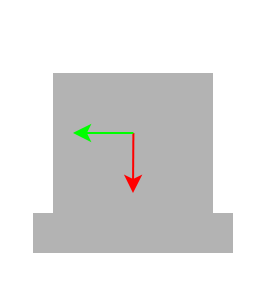
Before: page "ページ2" (2 of 2) of fig.drawio in KeioRoboticsAssociation/catch2024_teamr_gui_app, a draw.io diagram. Source tidied: cells renumbered, new cells numbered last; positions are measured from the earlier drawing's top-left corner, leaving out a move shared by most shapes. Both pictures are drawn from the tidied source at 200%, with x=0, y=0 at pixel (32, 72).
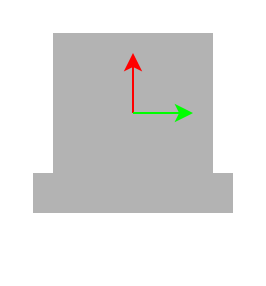
The same page after the edit.

The edit, as a diff of the source:
```diff
@@
 <mxGraphModel>
   <root>
     <mxCell id="0" />
     <mxCell id="1" parent="0" />
+    <mxCell id="6" style="group;rotation=-180;" parent="1" vertex="1">
+      <mxGeometry y="-20" width="100" height="90" as="geometry" />
+    </mxCell>
-    <mxCell id="2" style="rounded=0;whiteSpace=wrap;html=1;fillColor=#B3B3B3;strokeColor=none;fillStyle=auto;glass=0;shadow=0;" parent="1" vertex="1">
+    <mxCell id="2" style="rounded=0;whiteSpace=wrap;html=1;fillColor=#B3B3B3;strokeColor=none;fillStyle=auto;glass=0;shadow=0;rotation=-180;" parent="6" vertex="1">
       <mxGeometry y="70" width="100" height="20" as="geometry" />
     </mxCell>
-    <mxCell id="3" style="rounded=0;whiteSpace=wrap;html=1;fillColor=#B3B3B3;strokeColor=none;" parent="1" vertex="1">
+    <mxCell id="3" style="rounded=0;whiteSpace=wrap;html=1;fillColor=#B3B3B3;strokeColor=none;rotation=-180;" parent="6" vertex="1">
       <mxGeometry x="10" width="80" height="70" as="geometry" />
     </mxCell>
-    <mxCell id="4" style="endArrow=classic;html=1;rounded=0;strokeColor=#FF0000;" parent="1" edge="1">
+    <mxCell id="4" style="endArrow=classic;html=1;rounded=0;strokeColor=#FF0000;" parent="6" edge="1">
       <mxGeometry relative="1" as="geometry">
-        <mxPoint x="50.2" y="30" as="sourcePoint" />
-        <mxPoint x="50" y="60" as="targetPoint" />
+        <mxPoint x="50" y="40" as="sourcePoint" />
+        <mxPoint x="50" y="10" as="targetPoint" />
       </mxGeometry>
     </mxCell>
-    <mxCell id="5" style="endArrow=classic;html=1;rounded=0;strokeColor=#00FF00;" parent="1" edge="1">
+    <mxCell id="5" style="endArrow=classic;html=1;rounded=0;strokeColor=#00FF00;" parent="6" edge="1">
       <mxGeometry relative="1" as="geometry">
-        <mxPoint x="50.2" y="30" as="sourcePoint" />
-        <mxPoint x="20" y="30" as="targetPoint" />
+        <mxPoint x="50" y="40" as="sourcePoint" />
+        <mxPoint x="80" y="40" as="targetPoint" />
       </mxGeometry>
     </mxCell>
   </root>
 </mxGraphModel>
```
